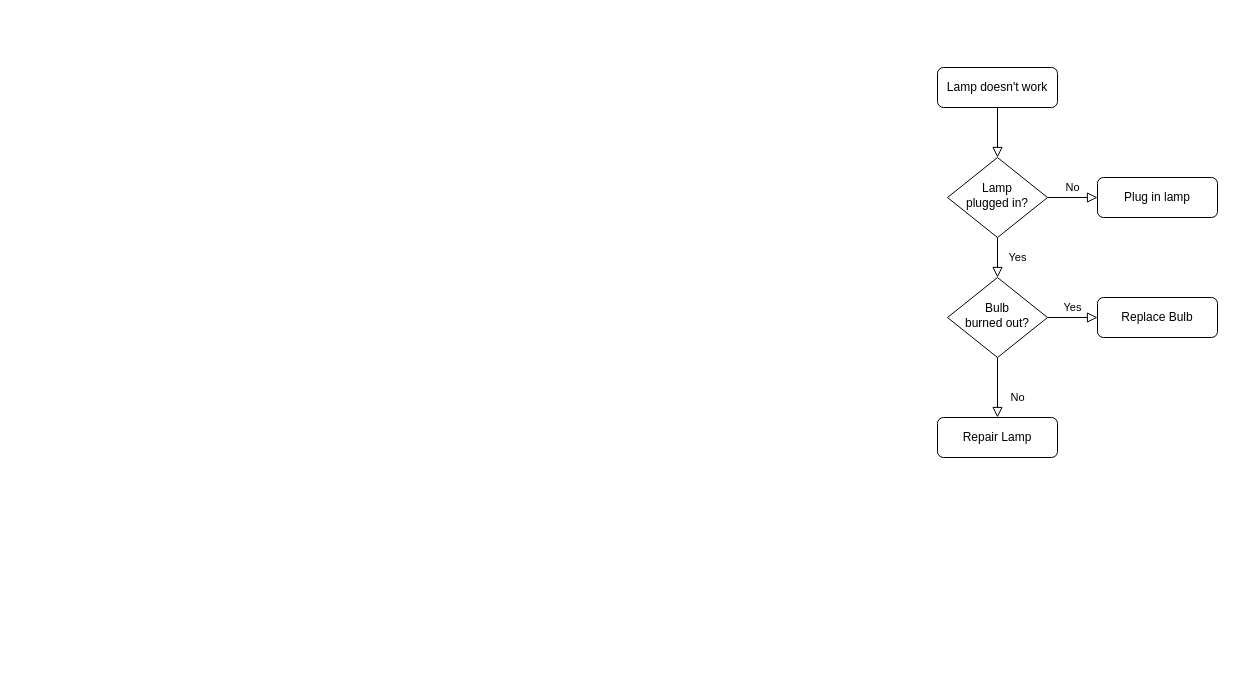
The draw.io diagram docs/diagrams/Untitled Diagram.drawio in The-Robo-Hobo/Apolaki, before the edit. Source tidied: cells renumbered, new cells numbered last; positions are measured from the earlier drawing's top-left corner, leaving out a move shared by most shapes. Both pictures are drawn from the tidied source at 100%, with x=0, y=0 at pixel (937, 67).
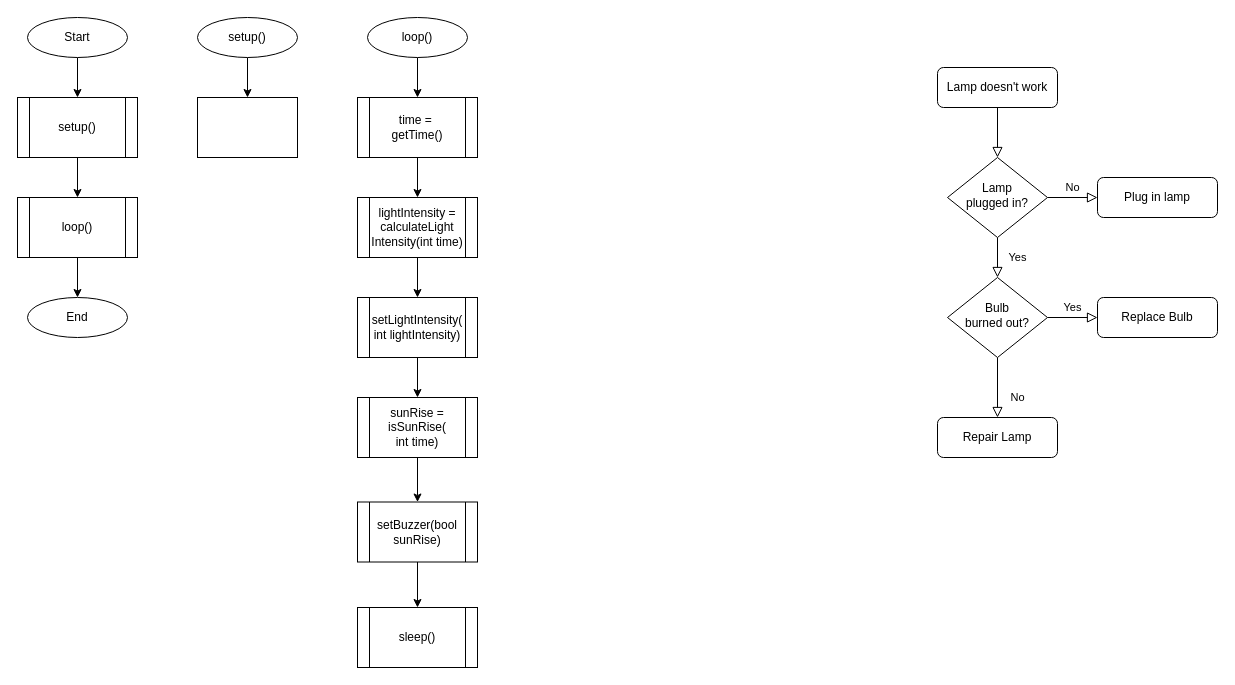
Above is the later version.

Diff of the diagram source:
```diff
@@
+    <mxCell id="13" style="edgeStyle=orthogonalEdgeStyle;rounded=0;jettySize=auto;html=1;" parent="1" edge="1" source="14" target="20">
+      <mxGeometry relative="1" as="geometry" />
+    </mxCell>
+    <mxCell id="14" value="Start" style="ellipse;whiteSpace=wrap;html=1;" parent="1" vertex="1">
+      <mxGeometry x="-910" y="-50" width="100" height="40" as="geometry" />
+    </mxCell>
+    <mxCell id="15" style="edgeStyle=orthogonalEdgeStyle;rounded=0;jettySize=auto;html=1;entryX=0.5;entryY=0;entryDx=0;entryDy=0;" parent="1" edge="1" source="16" target="18">
+      <mxGeometry relative="1" as="geometry" />
+    </mxCell>
+    <mxCell id="16" value="&lt;div&gt;time =&amp;nbsp;&lt;/div&gt;&lt;div&gt;getTime()&lt;/div&gt;" style="shape=process;whiteSpace=wrap;html=1;backgroundOutline=1;" parent="1" vertex="1">
+      <mxGeometry x="-580" y="30" width="120" height="60" as="geometry" />
+    </mxCell>
+    <mxCell id="17" style="edgeStyle=orthogonalEdgeStyle;rounded=0;jettySize=auto;html=1;entryX=0.5;entryY=0;entryDx=0;entryDy=0;" parent="1" edge="1" source="18" target="30">
+      <mxGeometry relative="1" as="geometry" />
+    </mxCell>
+    <mxCell id="18" value="&lt;div&gt;lightIntensity = calculateLight&lt;/div&gt;&lt;div&gt;Intensity(int time)&lt;/div&gt;" style="shape=process;whiteSpace=wrap;html=1;backgroundOutline=1;" parent="1" vertex="1">
+      <mxGeometry x="-580" y="130" width="120" height="60" as="geometry" />
+    </mxCell>
+    <mxCell id="19" style="edgeStyle=orthogonalEdgeStyle;rounded=0;jettySize=auto;html=1;entryX=0.5;entryY=0;entryDx=0;entryDy=0;" parent="1" edge="1" source="20" target="22">
+      <mxGeometry relative="1" as="geometry" />
+    </mxCell>
+    <mxCell id="20" value="setup()" style="shape=process;whiteSpace=wrap;html=1;backgroundOutline=1;" parent="1" vertex="1">
+      <mxGeometry x="-920" y="30" width="120" height="60" as="geometry" />
+    </mxCell>
+    <mxCell id="21" style="edgeStyle=orthogonalEdgeStyle;rounded=0;jettySize=auto;html=1;entryX=0.5;entryY=0;entryDx=0;entryDy=0;" parent="1" edge="1" source="22" target="28">
+      <mxGeometry relative="1" as="geometry" />
+    </mxCell>
+    <mxCell id="22" value="loop()" style="shape=process;whiteSpace=wrap;html=1;backgroundOutline=1;" parent="1" vertex="1">
+      <mxGeometry x="-920" y="130" width="120" height="60" as="geometry" />
+    </mxCell>
+    <mxCell id="23" style="edgeStyle=orthogonalEdgeStyle;rounded=0;jettySize=auto;html=1;entryX=0.5;entryY=0;entryDx=0;entryDy=0;" parent="1" edge="1" source="24" target="27">
+      <mxGeometry relative="1" as="geometry" />
+    </mxCell>
+    <mxCell id="24" value="setup()" style="ellipse;whiteSpace=wrap;html=1;" parent="1" vertex="1">
+      <mxGeometry x="-740" y="-50" width="100" height="40" as="geometry" />
+    </mxCell>
+    <mxCell id="25" style="edgeStyle=orthogonalEdgeStyle;rounded=0;jettySize=auto;html=1;entryX=0.5;entryY=0;entryDx=0;entryDy=0;" parent="1" edge="1" source="26" target="16">
+      <mxGeometry relative="1" as="geometry" />
+    </mxCell>
+    <mxCell id="26" value="loop()" style="ellipse;whiteSpace=wrap;html=1;" parent="1" vertex="1">
+      <mxGeometry x="-570" y="-50" width="100" height="40" as="geometry" />
+    </mxCell>
+    <mxCell id="27" style="rounded=0;whiteSpace=wrap;html=1;" parent="1" vertex="1">
+      <mxGeometry x="-740" y="30" width="100" height="60" as="geometry" />
+    </mxCell>
+    <mxCell id="28" value="End" style="ellipse;whiteSpace=wrap;html=1;" parent="1" vertex="1">
+      <mxGeometry x="-910" y="230" width="100" height="40" as="geometry" />
+    </mxCell>
+    <mxCell id="29" style="edgeStyle=orthogonalEdgeStyle;rounded=0;jettySize=auto;html=1;entryX=0.5;entryY=0;entryDx=0;entryDy=0;" parent="1" edge="1" source="30" target="32">
+      <mxGeometry relative="1" as="geometry" />
+    </mxCell>
+    <mxCell id="30" value="&lt;div&gt;setLightIntensity(&lt;/div&gt;&lt;div&gt;int lightIntensity)&lt;/div&gt;" style="shape=process;whiteSpace=wrap;html=1;backgroundOutline=1;" parent="1" vertex="1">
+      <mxGeometry x="-580" y="230" width="120" height="60" as="geometry" />
+    </mxCell>
+    <mxCell id="31" style="edgeStyle=orthogonalEdgeStyle;rounded=0;jettySize=auto;html=1;entryX=0.5;entryY=0;entryDx=0;entryDy=0;" parent="1" edge="1" source="32" target="34">
+      <mxGeometry relative="1" as="geometry" />
+    </mxCell>
+    <mxCell id="32" value="&lt;div&gt;sunRise = isSunRise(&lt;/div&gt;&lt;div&gt;int time)&lt;/div&gt;" style="shape=process;whiteSpace=wrap;html=1;backgroundOutline=1;" parent="1" vertex="1">
+      <mxGeometry x="-580" y="330" width="120" height="60" as="geometry" />
+    </mxCell>
+    <mxCell id="33" style="edgeStyle=orthogonalEdgeStyle;rounded=0;jettySize=auto;html=1;entryX=0.5;entryY=0;entryDx=0;entryDy=0;" parent="1" edge="1" source="34" target="35">
+      <mxGeometry relative="1" as="geometry" />
+    </mxCell>
+    <mxCell id="34" value="setBuzzer(bool sunRise)" style="shape=process;whiteSpace=wrap;html=1;backgroundOutline=1;" parent="1" vertex="1">
+      <mxGeometry x="-580" y="434.5" width="120" height="60" as="geometry" />
+    </mxCell>
+    <mxCell id="35" value="sleep()" style="shape=process;whiteSpace=wrap;html=1;backgroundOutline=1;" parent="1" vertex="1">
+      <mxGeometry x="-580" y="540" width="120" height="60" as="geometry" />
+    </mxCell>
```
